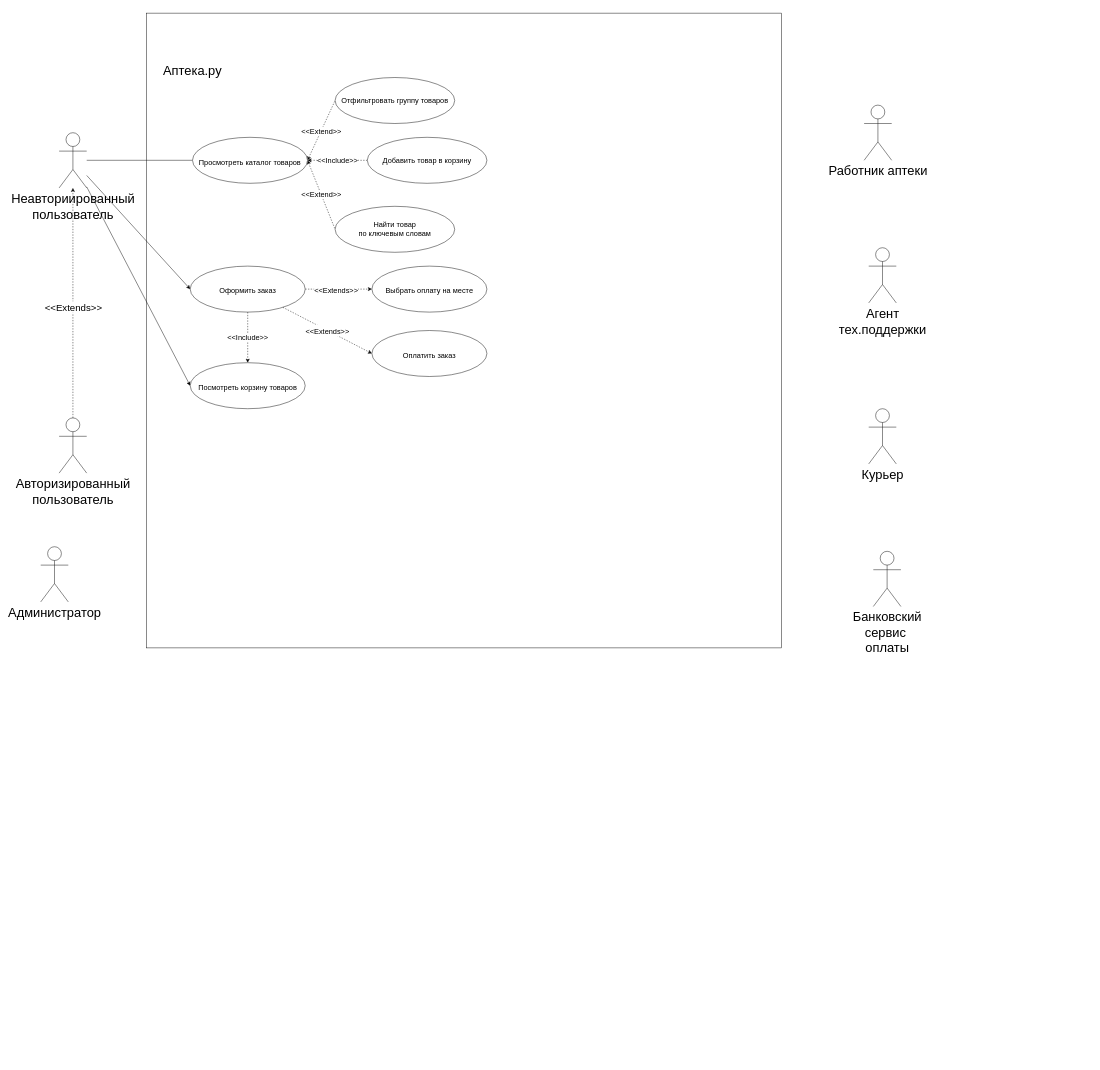
Before: documentation/1_aps.drawio in semwett0301/booking-java-back, a draw.io diagram. Source tidied: cells renumbered, new cells numbered last; positions are measured from the earlier drawing's top-left corner, leaving out a move shared by most shapes. Both pictures are drawn from the tidied source at 46%, with x=0, y=0 at pixel (40, 13).
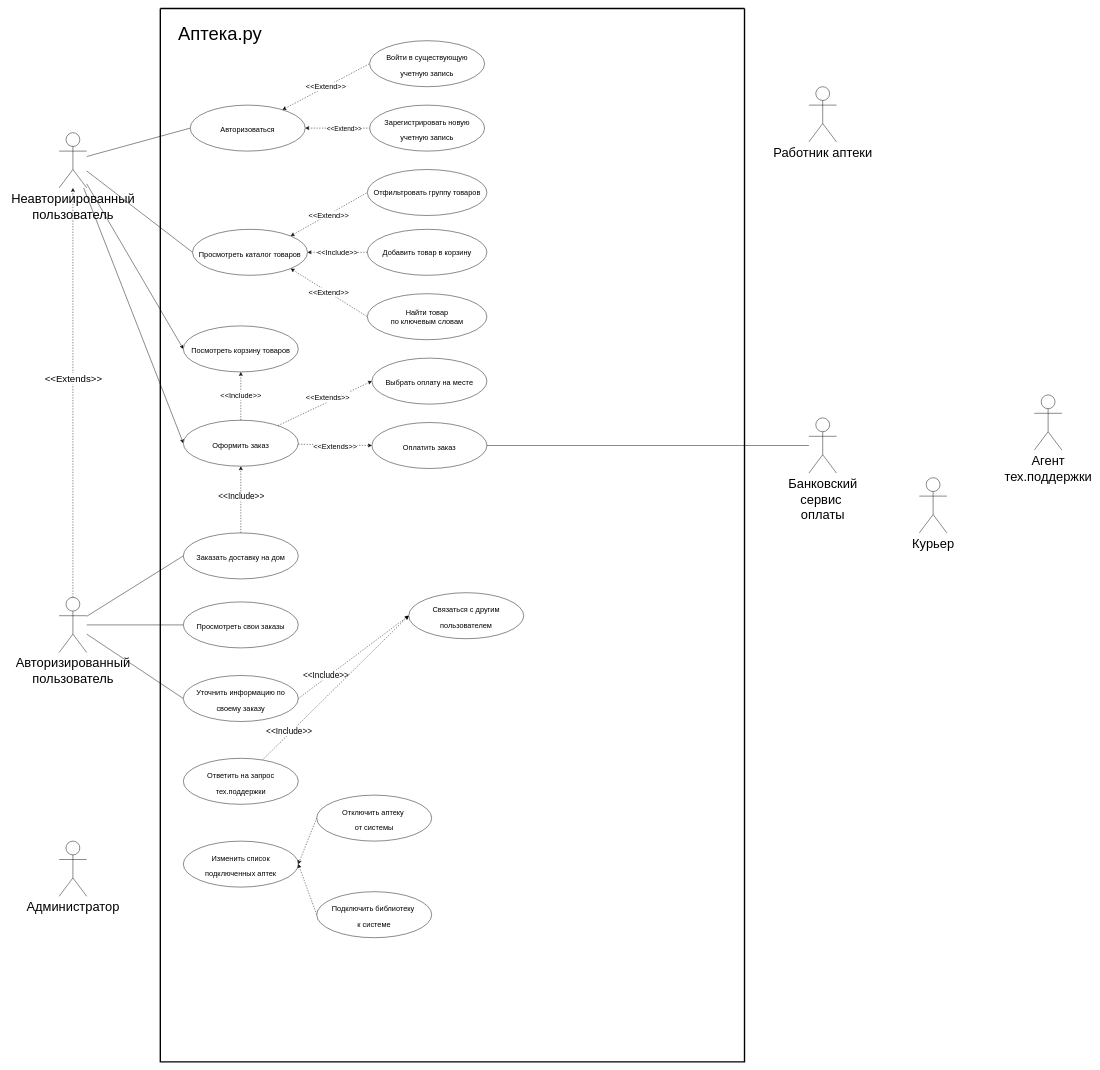
The same page after the edit.

The change refers to these unchanged cells:
```xml
<mxCell id="7" value="Неавториированный&lt;br&gt;пользователь" style="shape=umlActor;verticalLabelPosition=bottom;verticalAlign=top;html=1;outlineConnect=0;fontSize=28;" parent="1" vertex="1">
  <mxGeometry x="40" y="260" width="60" height="120" as="geometry" />
</mxCell>
```

Change to the diagram source:
```diff
@@
-    <mxCell id="2" style="whiteSpace=wrap;html=1;" parent="1" vertex="1">
-      <mxGeometry x="230" width="1380" height="1380" as="geometry" />
-    </mxCell>
-    <mxCell id="3" value="&lt;font style=&quot;font-size: 28px;&quot;&gt;Аптека.ру&lt;/font&gt;" style="text;html=1;strokeColor=none;fillColor=none;align=center;verticalAlign=middle;whiteSpace=wrap;rounded=0;" parent="1" vertex="1">
-      <mxGeometry x="300" y="110" width="60" height="30" as="geometry" />
-    </mxCell>
-    <mxCell id="4" style="edgeStyle=orthogonalEdgeStyle;rounded=0;jettySize=auto;html=1;fontSize=16;endArrow=none;endFill=0;" parent="1" edge="1" source="7" target="18">
+    <mxCell id="4" style="rounded=0;jettySize=auto;html=1;fontSize=16;endArrow=none;endFill=0;entryX=0;entryY=0.5;entryDx=0;entryDy=0;" parent="1" edge="1" source="7" target="18">
       <mxGeometry relative="1" as="geometry" />
     </mxCell>
@@
+    <mxCell id="31" style="edgeStyle=none;rounded=0;jettySize=auto;html=1;entryX=0;entryY=0.5;entryDx=0;entryDy=0;fontSize=16;startArrow=none;startFill=0;endArrow=none;endFill=0;" parent="1" edge="1" source="7" target="39">
+      <mxGeometry relative="1" as="geometry" />
+    </mxCell>
@@
+    <mxCell id="32" style="edgeStyle=none;rounded=0;jettySize=auto;html=1;entryX=0;entryY=0.5;entryDx=0;entryDy=0;fontSize=14;startArrow=none;startFill=0;endArrow=none;endFill=0;" parent="1" edge="1" source="10" target="45">
+      <mxGeometry relative="1" as="geometry" />
+    </mxCell>
+    <mxCell id="33" style="edgeStyle=none;rounded=0;jettySize=auto;html=1;entryX=0;entryY=0.5;entryDx=0;entryDy=0;fontSize=14;startArrow=none;startFill=0;endArrow=none;endFill=0;" parent="1" edge="1" source="10" target="43">
+      <mxGeometry relative="1" as="geometry" />
+    </mxCell>
+    <mxCell id="34" style="edgeStyle=none;rounded=0;jettySize=auto;html=1;entryX=0;entryY=0.5;entryDx=0;entryDy=0;fontSize=18;startArrow=none;startFill=0;endArrow=none;endFill=0;" parent="1" edge="1" source="10" target="48">
+      <mxGeometry relative="1" as="geometry" />
+    </mxCell>
     <mxCell id="10" value="Авторизированный&lt;br&gt;пользователь" style="shape=umlActor;verticalLabelPosition=bottom;verticalAlign=top;html=1;outlineConnect=0;fontSize=28;" parent="1" vertex="1">
-      <mxGeometry x="40" y="880" width="60" height="120" as="geometry" />
+      <mxGeometry x="40" y="1270" width="60" height="120" as="geometry" />
     </mxCell>
     <mxCell id="11" value="Администратор" style="shape=umlActor;verticalLabelPosition=bottom;verticalAlign=top;html=1;fontSize=28;" parent="1" vertex="1">
-      <mxGeometry y="1160" width="60" height="120" as="geometry" />
+      <mxGeometry x="40" y="1800" width="60" height="120" as="geometry" />
     </mxCell>
     <mxCell id="12" value="Курьер" style="shape=umlActor;verticalLabelPosition=bottom;verticalAlign=top;html=1;fontSize=28;" parent="1" vertex="1">
-      <mxGeometry x="1800" y="860" width="60" height="120" as="geometry" />
+      <mxGeometry x="1910" y="1010" width="60" height="120" as="geometry" />
     </mxCell>
     <mxCell id="13" value="Агент &lt;br&gt;тех.поддержки" style="shape=umlActor;verticalLabelPosition=bottom;verticalAlign=top;html=1;fontSize=28;" parent="1" vertex="1">
-      <mxGeometry x="1800" y="510" width="60" height="120" as="geometry" />
+      <mxGeometry x="2160" y="830" width="60" height="120" as="geometry" />
     </mxCell>
     <mxCell id="14" value="Работник аптеки" style="shape=umlActor;verticalLabelPosition=bottom;verticalAlign=top;html=1;fontSize=28;" parent="1" vertex="1">
-      <mxGeometry x="1790" y="200" width="60" height="120" as="geometry" />
+      <mxGeometry x="1670" y="160" width="60" height="120" as="geometry" />
     </mxCell>
+    <mxCell id="35" style="edgeStyle=none;rounded=0;jettySize=auto;html=1;fontSize=16;startArrow=none;startFill=0;endArrow=none;endFill=0;" parent="1" edge="1" source="15" target="29">
+      <mxGeometry relative="1" as="geometry" />
+    </mxCell>
     <mxCell id="15" value="Банковский&lt;br&gt;сервис&amp;nbsp;&lt;br&gt;оплаты" style="shape=umlActor;verticalLabelPosition=bottom;verticalAlign=top;html=1;outlineConnect=0;fontSize=28;" parent="1" vertex="1">
-      <mxGeometry x="1810" y="1170" width="60" height="120" as="geometry" />
+      <mxGeometry x="1670" y="880" width="60" height="120" as="geometry" />
     </mxCell>
-    <mxCell id="16" value="&amp;lt;&amp;lt;Extend&amp;gt;&amp;gt;" style="rounded=0;jettySize=auto;html=1;entryX=0;entryY=0.5;entryDx=0;entryDy=0;fontSize=16;endArrow=none;endFill=0;exitX=1;exitY=0.5;exitDx=0;exitDy=0;dashed=1;startArrow=classic;startFill=1;" parent="1" edge="1" source="18" target="19">
+    <mxCell id="16" value="&amp;lt;&amp;lt;Extend&amp;gt;&amp;gt;" style="rounded=0;jettySize=auto;html=1;entryX=0;entryY=0.5;entryDx=0;entryDy=0;fontSize=16;endArrow=none;endFill=0;exitX=1;exitY=0;exitDx=0;exitDy=0;dashed=1;startArrow=classic;startFill=1;" parent="1" edge="1" source="18" target="19">
       <mxGeometry x="-0.01" relative="1" as="geometry">
         <mxPoint y="1" as="offset" />
       </mxGeometry>
     </mxCell>
-    <mxCell id="17" value="&amp;lt;&amp;lt;Extend&amp;gt;&amp;gt;" style="edgeStyle=none;rounded=0;jettySize=auto;html=1;fontSize=16;endArrow=none;endFill=0;exitX=1;exitY=0.5;exitDx=0;exitDy=0;entryX=0;entryY=0.5;entryDx=0;entryDy=0;dashed=1;startArrow=classic;startFill=1;" parent="1" edge="1" source="18" target="20">
+    <mxCell id="17" value="&amp;lt;&amp;lt;Extend&amp;gt;&amp;gt;" style="edgeStyle=none;rounded=0;jettySize=auto;html=1;fontSize=16;endArrow=none;endFill=0;exitX=1;exitY=1;exitDx=0;exitDy=0;entryX=0;entryY=0.5;entryDx=0;entryDy=0;dashed=1;startArrow=classic;startFill=1;" parent="1" edge="1" source="18" target="20">
       <mxGeometry relative="1" as="geometry" />
     </mxCell>
     <mxCell id="18" value="&lt;font style=&quot;font-size: 16px;&quot;&gt;Просмотреть каталог товаров&lt;/font&gt;" style="ellipse;whiteSpace=wrap;html=1;fontSize=28;" parent="1" vertex="1">
-      <mxGeometry x="330" y="270" width="250" height="100" as="geometry" />
+      <mxGeometry x="330" y="470" width="250" height="100" as="geometry" />
     </mxCell>
-    <mxCell id="19" value="Отфильтровать группу товаров" style="ellipse;whiteSpace=wrap;html=1;fontSize=16;" parent="1" vertex="1">
-      <mxGeometry x="640" y="140" width="260" height="100" as="geometry" />
-    </mxCell>
-    <mxCell id="20" value="Найти товар &lt;br&gt;по ключевым словам" style="ellipse;whiteSpace=wrap;html=1;fontSize=16;" parent="1" vertex="1">
-      <mxGeometry x="640" y="420" width="260" height="100" as="geometry" />
-    </mxCell>
-    <mxCell id="21" value="&amp;lt;&amp;lt;Include&amp;gt;&amp;gt;" style="edgeStyle=none;rounded=0;jettySize=auto;html=1;fontSize=16;startArrow=none;startFill=0;endArrow=classic;endFill=1;dashed=1;" parent="1" edge="1" source="25" target="26">
-      <mxGeometry relative="1" as="geometry" />
-    </mxCell>
@@
-    <mxCell id="25" value="&lt;span style=&quot;font-size: 16px;&quot;&gt;Оформить заказ&lt;/span&gt;" style="ellipse;whiteSpace=wrap;html=1;fontSize=28;" parent="1" vertex="1">
-      <mxGeometry x="325" y="550" width="250" height="100" as="geometry" />
-    </mxCell>
-    <mxCell id="26" value="&lt;span style=&quot;font-size: 16px;&quot;&gt;Посмотреть корзину товаров&lt;/span&gt;" style="ellipse;whiteSpace=wrap;html=1;fontSize=28;" parent="1" vertex="1">
-      <mxGeometry x="325" y="760" width="250" height="100" as="geometry" />
-    </mxCell>
@@
     <mxCell id="28" value="Добавить товар в корзину" style="ellipse;whiteSpace=wrap;html=1;fontSize=16;" parent="1" vertex="1">
-      <mxGeometry x="710" y="270" width="260" height="100" as="geometry" />
+      <mxGeometry x="710" y="470" width="260" height="100" as="geometry" />
     </mxCell>
     <mxCell id="29" value="&lt;span style=&quot;font-size: 16px;&quot;&gt;Оплатить заказ&lt;/span&gt;" style="ellipse;whiteSpace=wrap;html=1;fontSize=28;" parent="1" vertex="1">
-      <mxGeometry x="720" y="690" width="250" height="100" as="geometry" />
+      <mxGeometry x="720" y="890" width="250" height="100" as="geometry" />
     </mxCell>
     <mxCell id="30" value="&lt;span style=&quot;font-size: 16px;&quot;&gt;Выбрать оплату на месте&lt;/span&gt;" style="ellipse;whiteSpace=wrap;html=1;fontSize=28;" parent="1" vertex="1">
-      <mxGeometry x="720" y="550" width="250" height="100" as="geometry" />
+      <mxGeometry x="720" y="750" width="250" height="100" as="geometry" />
     </mxCell>
+    <mxCell id="36" value="&amp;lt;&amp;lt;Extend&amp;gt;&amp;gt;" style="edgeStyle=none;rounded=0;jettySize=auto;html=1;entryX=0;entryY=0.5;entryDx=0;entryDy=0;fontSize=16;startArrow=classic;startFill=1;endArrow=none;endFill=0;dashed=1;" parent="1" edge="1" source="39" target="49">
+      <mxGeometry relative="1" as="geometry" />
+    </mxCell>
+    <mxCell id="37" style="edgeStyle=none;rounded=0;jettySize=auto;html=1;dashed=1;fontSize=16;startArrow=classic;startFill=1;endArrow=none;endFill=0;" parent="1" edge="1" source="39" target="41">
+      <mxGeometry relative="1" as="geometry" />
+    </mxCell>
+    <mxCell id="38" value="&lt;font style=&quot;font-size: 14px;&quot;&gt;&amp;lt;&amp;lt;Extend&amp;gt;&amp;gt;&lt;/font&gt;" style="edgeLabel;html=1;align=center;verticalAlign=middle;fontSize=16;" parent="37" vertex="1">
+      <mxGeometry x="0.3" relative="1" as="geometry">
+        <mxPoint x="-7" as="offset" />
+      </mxGeometry>
+    </mxCell>
+    <mxCell id="39" value="&lt;span style=&quot;font-size: 16px;&quot;&gt;Авторизоваться&lt;/span&gt;" style="ellipse;whiteSpace=wrap;html=1;fontSize=28;" parent="1" vertex="1">
+      <mxGeometry x="325" y="200" width="250" height="100" as="geometry" />
+    </mxCell>
+    <mxCell id="40" style="swimlane;startSize=0;fontSize=11;strokeWidth=3;" parent="1" vertex="1">
+      <mxGeometry x="260" y="-10" width="1270" height="2290" as="geometry" />
+    </mxCell>
+    <mxCell id="3" value="&lt;font style=&quot;font-size: 40px;&quot;&gt;Аптека.ру&lt;/font&gt;" style="text;html=1;strokeColor=none;fillColor=none;align=center;verticalAlign=middle;whiteSpace=wrap;rounded=0;" parent="40" vertex="1">
+      <mxGeometry x="100" y="40" width="60" height="30" as="geometry" />
+    </mxCell>
+    <mxCell id="41" value="&lt;span style=&quot;font-size: 16px;&quot;&gt;Зарегистрировать новую&lt;br&gt;учетную запись&lt;br&gt;&lt;/span&gt;" style="ellipse;whiteSpace=wrap;html=1;fontSize=28;" parent="40" vertex="1">
+      <mxGeometry x="455" y="210" width="250" height="100" as="geometry" />
+    </mxCell>
+    <mxCell id="42" value="&lt;span style=&quot;font-size: 16px;&quot;&gt;Связаться с другим пользователем&lt;/span&gt;" style="ellipse;whiteSpace=wrap;html=1;fontSize=28;" parent="40" vertex="1">
+      <mxGeometry x="540" y="1270" width="250" height="100" as="geometry" />
+    </mxCell>
+    <mxCell id="43" value="&lt;span style=&quot;font-size: 16px;&quot;&gt;Просмотреть свои заказы&lt;/span&gt;" style="ellipse;whiteSpace=wrap;html=1;fontSize=28;" parent="40" vertex="1">
+      <mxGeometry x="50" y="1290" width="250" height="100" as="geometry" />
+    </mxCell>
+    <mxCell id="44" value="&lt;font style=&quot;font-size: 18px;&quot;&gt;&amp;lt;&amp;lt;Include&amp;gt;&amp;gt;&lt;/font&gt;" style="edgeStyle=none;rounded=0;jettySize=auto;html=1;entryX=0;entryY=0.5;entryDx=0;entryDy=0;fontSize=14;startArrow=none;startFill=0;endArrow=classic;endFill=1;dashed=1;exitX=1;exitY=0.5;exitDx=0;exitDy=0;" parent="40" edge="1" source="45" target="42">
+      <mxGeometry x="-0.48" y="4" relative="1" as="geometry" />
+    </mxCell>
+    <mxCell id="45" value="&lt;span style=&quot;font-size: 16px;&quot;&gt;Уточнить информацию по&lt;br&gt;своему заказу&lt;br&gt;&lt;/span&gt;" style="ellipse;whiteSpace=wrap;html=1;fontSize=28;" parent="40" vertex="1">
+      <mxGeometry x="50" y="1450" width="250" height="100" as="geometry" />
+    </mxCell>
+    <mxCell id="46" style="edgeStyle=none;rounded=0;jettySize=auto;html=1;entryX=0.5;entryY=1;entryDx=0;entryDy=0;dashed=1;fontSize=18;startArrow=none;startFill=0;endArrow=classic;endFill=1;" parent="40" edge="1" source="48" target="25">
+      <mxGeometry relative="1" as="geometry" />
+    </mxCell>
+    <mxCell id="47" value="&amp;lt;&amp;lt;Include&amp;gt;&amp;gt;" style="edgeLabel;html=1;align=center;verticalAlign=middle;fontSize=18;" parent="46" vertex="1">
+      <mxGeometry x="0.48" y="2" relative="1" as="geometry">
+        <mxPoint x="2" y="27" as="offset" />
+      </mxGeometry>
+    </mxCell>
+    <mxCell id="48" value="&lt;span style=&quot;font-size: 16px;&quot;&gt;Заказать доставку на дом&lt;/span&gt;" style="ellipse;whiteSpace=wrap;html=1;fontSize=28;" parent="40" vertex="1">
+      <mxGeometry x="50" y="1140" width="250" height="100" as="geometry" />
+    </mxCell>
+    <mxCell id="26" value="&lt;span style=&quot;font-size: 16px;&quot;&gt;Посмотреть корзину товаров&lt;/span&gt;" style="ellipse;whiteSpace=wrap;html=1;fontSize=28;" parent="40" vertex="1">
+      <mxGeometry x="50" y="690" width="250" height="100" as="geometry" />
+    </mxCell>
+    <mxCell id="25" value="&lt;span style=&quot;font-size: 16px;&quot;&gt;Оформить заказ&lt;/span&gt;" style="ellipse;whiteSpace=wrap;html=1;fontSize=28;" parent="40" vertex="1">
+      <mxGeometry x="50" y="895" width="250" height="100" as="geometry" />
+    </mxCell>
+    <mxCell id="21" value="&amp;lt;&amp;lt;Include&amp;gt;&amp;gt;" style="edgeStyle=none;rounded=0;jettySize=auto;html=1;fontSize=16;startArrow=none;startFill=0;endArrow=classic;endFill=1;dashed=1;" parent="40" edge="1" source="25" target="26">
+      <mxGeometry relative="1" as="geometry" />
+    </mxCell>
+    <mxCell id="19" value="Отфильтровать группу товаров" style="ellipse;whiteSpace=wrap;html=1;fontSize=16;" parent="40" vertex="1">
+      <mxGeometry x="450" y="350" width="260" height="100" as="geometry" />
+    </mxCell>
+    <mxCell id="20" value="Найти товар &lt;br&gt;по ключевым словам" style="ellipse;whiteSpace=wrap;html=1;fontSize=16;" parent="40" vertex="1">
+      <mxGeometry x="450" y="620" width="260" height="100" as="geometry" />
+    </mxCell>
+    <mxCell id="49" value="&lt;span style=&quot;font-size: 16px;&quot;&gt;Войти в существующую&lt;br&gt;учетную запись&lt;br&gt;&lt;/span&gt;" style="ellipse;whiteSpace=wrap;html=1;fontSize=28;" parent="40" vertex="1">
+      <mxGeometry x="455" y="70" width="250" height="100" as="geometry" />
+    </mxCell>
+    <mxCell id="50" style="edgeStyle=none;rounded=0;jettySize=auto;html=1;entryX=0;entryY=0.5;entryDx=0;entryDy=0;fontSize=18;startArrow=none;startFill=0;endArrow=classic;endFill=1;dashed=1;" parent="40" edge="1" source="52" target="42">
+      <mxGeometry relative="1" as="geometry" />
+    </mxCell>
+    <mxCell id="51" value="&amp;lt;&amp;lt;Include&amp;gt;&amp;gt;" style="edgeLabel;html=1;align=center;verticalAlign=middle;fontSize=18;" parent="50" vertex="1">
+      <mxGeometry x="-0.23" y="1" relative="1" as="geometry">
+        <mxPoint x="-64" y="58" as="offset" />
+      </mxGeometry>
+    </mxCell>
+    <mxCell id="52" value="&lt;span style=&quot;font-size: 16px;&quot;&gt;Ответить на запрос&lt;br&gt;тех.поддержки&lt;br&gt;&lt;/span&gt;" style="ellipse;whiteSpace=wrap;html=1;fontSize=28;" parent="40" vertex="1">
+      <mxGeometry x="50" y="1630" width="250" height="100" as="geometry" />
+    </mxCell>
+    <mxCell id="53" value="&lt;span style=&quot;font-size: 16px;&quot;&gt;Изменить список&lt;br&gt;подключенных аптек&lt;br&gt;&lt;/span&gt;" style="ellipse;whiteSpace=wrap;html=1;fontSize=28;" parent="40" vertex="1">
+      <mxGeometry x="50" y="1810" width="250" height="100" as="geometry" />
+    </mxCell>
+    <mxCell id="54" style="edgeStyle=none;rounded=0;jettySize=auto;html=1;entryX=1;entryY=0.5;entryDx=0;entryDy=0;dashed=1;fontSize=18;startArrow=none;startFill=0;endArrow=classic;endFill=1;exitX=0;exitY=0.5;exitDx=0;exitDy=0;" parent="40" edge="1" source="55" target="53">
+      <mxGeometry relative="1" as="geometry" />
+    </mxCell>
+    <mxCell id="55" value="&lt;span style=&quot;font-size: 16px;&quot;&gt;Отключить аптеку&amp;nbsp;&lt;br&gt;от системы&lt;br&gt;&lt;/span&gt;" style="ellipse;whiteSpace=wrap;html=1;fontSize=28;" parent="40" vertex="1">
+      <mxGeometry x="340" y="1710" width="250" height="100" as="geometry" />
+    </mxCell>
+    <mxCell id="56" style="edgeStyle=none;rounded=0;jettySize=auto;html=1;entryX=1;entryY=0.5;entryDx=0;entryDy=0;dashed=1;fontSize=18;startArrow=none;startFill=0;endArrow=classic;endFill=1;exitX=0;exitY=0.5;exitDx=0;exitDy=0;" parent="40" edge="1" source="57" target="53">
+      <mxGeometry relative="1" as="geometry" />
+    </mxCell>
+    <mxCell id="57" value="&lt;span style=&quot;font-size: 16px;&quot;&gt;Подключить библиотеку&amp;nbsp;&lt;br&gt;к системе&lt;br&gt;&lt;/span&gt;" style="ellipse;whiteSpace=wrap;html=1;fontSize=28;" parent="40" vertex="1">
+      <mxGeometry x="340" y="1920" width="250" height="100" as="geometry" />
+    </mxCell>
```
